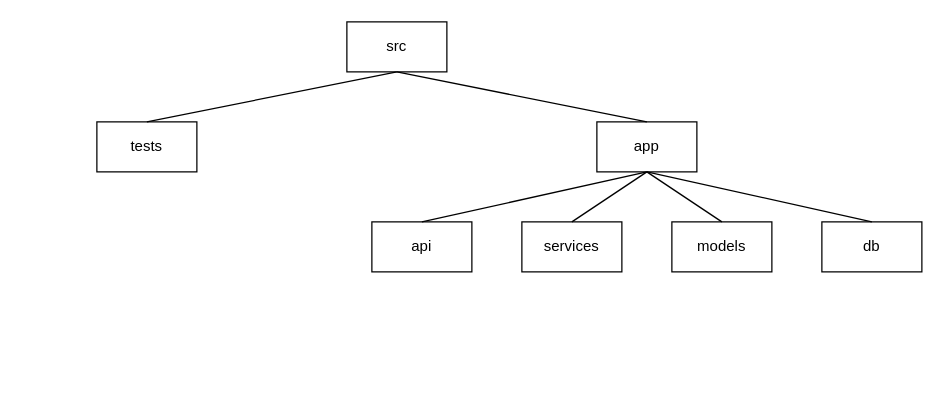
This is page "Project structure" (1 of 2) of docs/diagrams/design.drawio from dieisabel/cypherman, a draw.io file, before an edit. Source tidied: cells renumbered, new cells numbered last; positions are measured from the earlier drawing's top-left corner, leaving out a move shared by most shapes. Both pictures are drawn from the tidied source at 125%, with x=0, y=0 at pixel (96, 21).
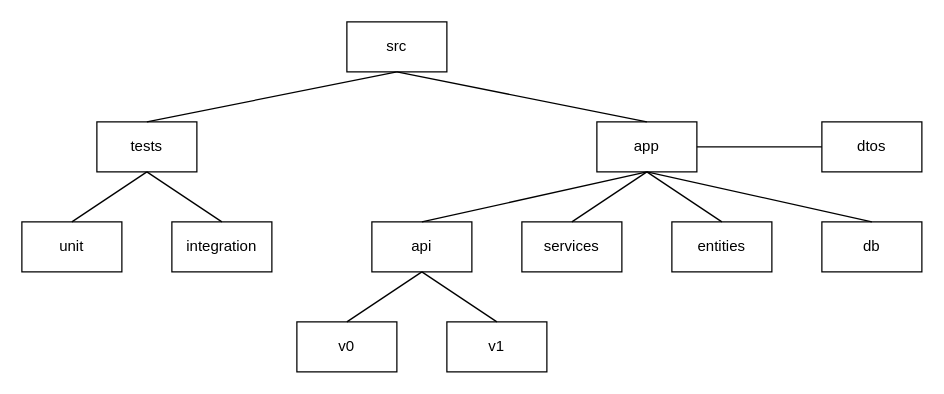
The same page after the edit.

Unchanged cells that the change refers to:
```xml
<mxCell id="3" value="app" style="rounded=0;whiteSpace=wrap;html=1;" parent="1" vertex="1">
  <mxGeometry x="400" y="80" width="80" height="40" as="geometry" />
</mxCell>
<mxCell id="5" value="tests" style="rounded=0;whiteSpace=wrap;html=1;" parent="1" vertex="1">
  <mxGeometry y="80" width="80" height="40" as="geometry" />
</mxCell>
<mxCell id="7" value="api" style="rounded=0;whiteSpace=wrap;html=1;" parent="1" vertex="1">
  <mxGeometry x="220" y="160" width="80" height="40" as="geometry" />
</mxCell>
```

The edit, as a diff of the source:
```diff
@@
-    <mxCell id="11" value="models" style="rounded=0;whiteSpace=wrap;html=1;" parent="1" vertex="1">
+    <mxCell id="11" value="entities" style="rounded=0;whiteSpace=wrap;html=1;" parent="1" vertex="1">
       <mxGeometry x="460" y="160" width="80" height="40" as="geometry" />
     </mxCell>
@@
+    <mxCell id="15" value="unit" style="rounded=0;whiteSpace=wrap;html=1;" parent="1" vertex="1">
+      <mxGeometry x="-60" y="160" width="80" height="40" as="geometry" />
+    </mxCell>
+    <mxCell id="16" value="integration" style="rounded=0;whiteSpace=wrap;html=1;" parent="1" vertex="1">
+      <mxGeometry x="60" y="160" width="80" height="40" as="geometry" />
+    </mxCell>
+    <mxCell id="17" style="endArrow=none;html=1;exitX=0.5;exitY=0;exitDx=0;exitDy=0;entryX=0.5;entryY=1;entryDx=0;entryDy=0;" parent="1" edge="1" source="16" target="5">
+      <mxGeometry relative="1" as="geometry" />
+    </mxCell>
+    <mxCell id="18" style="endArrow=none;html=1;exitX=0.5;exitY=0;exitDx=0;exitDy=0;entryX=0.5;entryY=1;entryDx=0;entryDy=0;" parent="1" edge="1" source="15" target="5">
+      <mxGeometry relative="1" as="geometry" />
+    </mxCell>
+    <mxCell id="19" value="v1" style="rounded=0;whiteSpace=wrap;html=1;" parent="1" vertex="1">
+      <mxGeometry x="280" y="240" width="80" height="40" as="geometry" />
+    </mxCell>
+    <mxCell id="20" value="v0" style="rounded=0;whiteSpace=wrap;html=1;" parent="1" vertex="1">
+      <mxGeometry x="160" y="240" width="80" height="40" as="geometry" />
+    </mxCell>
+    <mxCell id="21" style="endArrow=none;html=1;exitX=0.5;exitY=0;exitDx=0;exitDy=0;entryX=0.5;entryY=1;entryDx=0;entryDy=0;" parent="1" edge="1" source="20" target="7">
+      <mxGeometry relative="1" as="geometry" />
+    </mxCell>
+    <mxCell id="22" style="endArrow=none;html=1;exitX=0.5;exitY=0;exitDx=0;exitDy=0;entryX=0.5;entryY=1;entryDx=0;entryDy=0;" parent="1" edge="1" source="19" target="7">
+      <mxGeometry relative="1" as="geometry" />
+    </mxCell>
+    <mxCell id="23" value="dtos" style="rounded=0;whiteSpace=wrap;html=1;" parent="1" vertex="1">
+      <mxGeometry x="580" y="80" width="80" height="40" as="geometry" />
+    </mxCell>
+    <mxCell id="24" style="endArrow=none;html=1;entryX=1;entryY=0.5;entryDx=0;entryDy=0;exitX=0;exitY=0.5;exitDx=0;exitDy=0;" parent="1" edge="1" source="23" target="3">
+      <mxGeometry relative="1" as="geometry" />
+    </mxCell>
```
